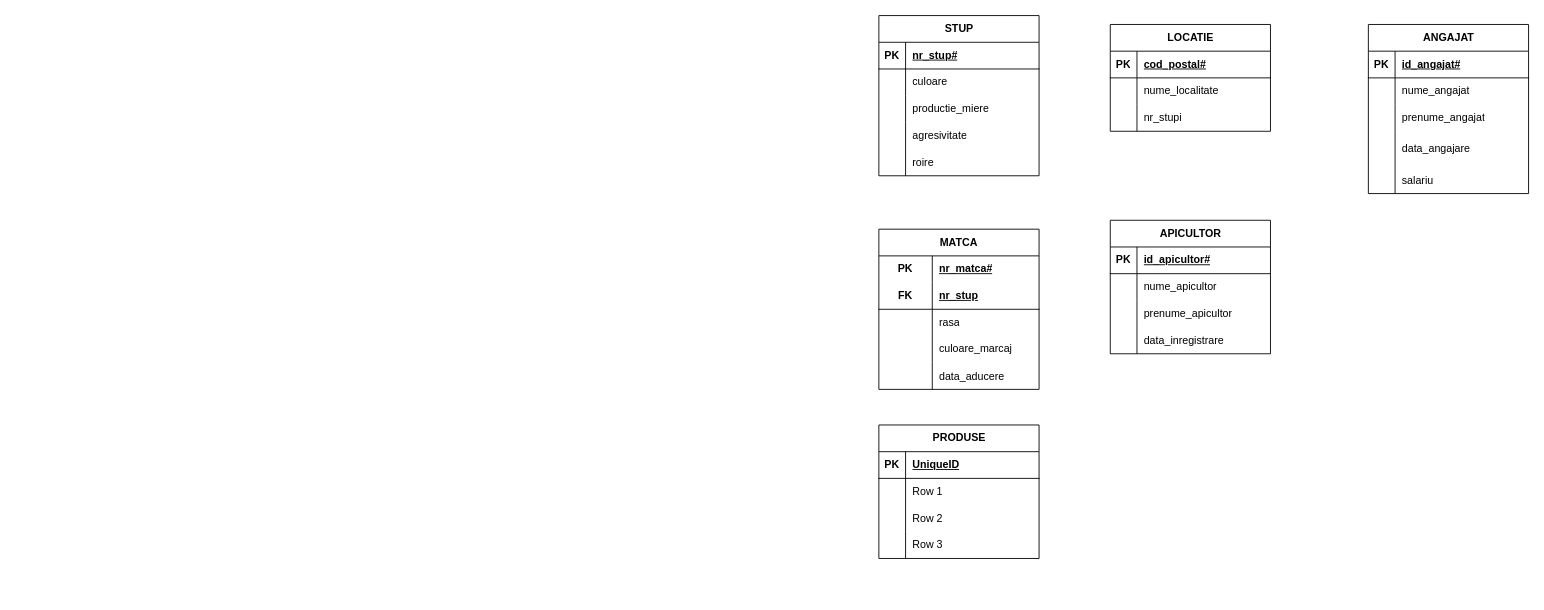
Above: Diagramă fără titlu.drawio in Matoka26/DataBase-Stupina (draw.io), before the change. Source tidied: cells renumbered, new cells numbered last; positions are measured from the earlier drawing's top-left corner, leaving out a move shared by most shapes. Both pictures are drawn from the tidied source at 89%, with x=0, y=0 at pixel (878, 15).
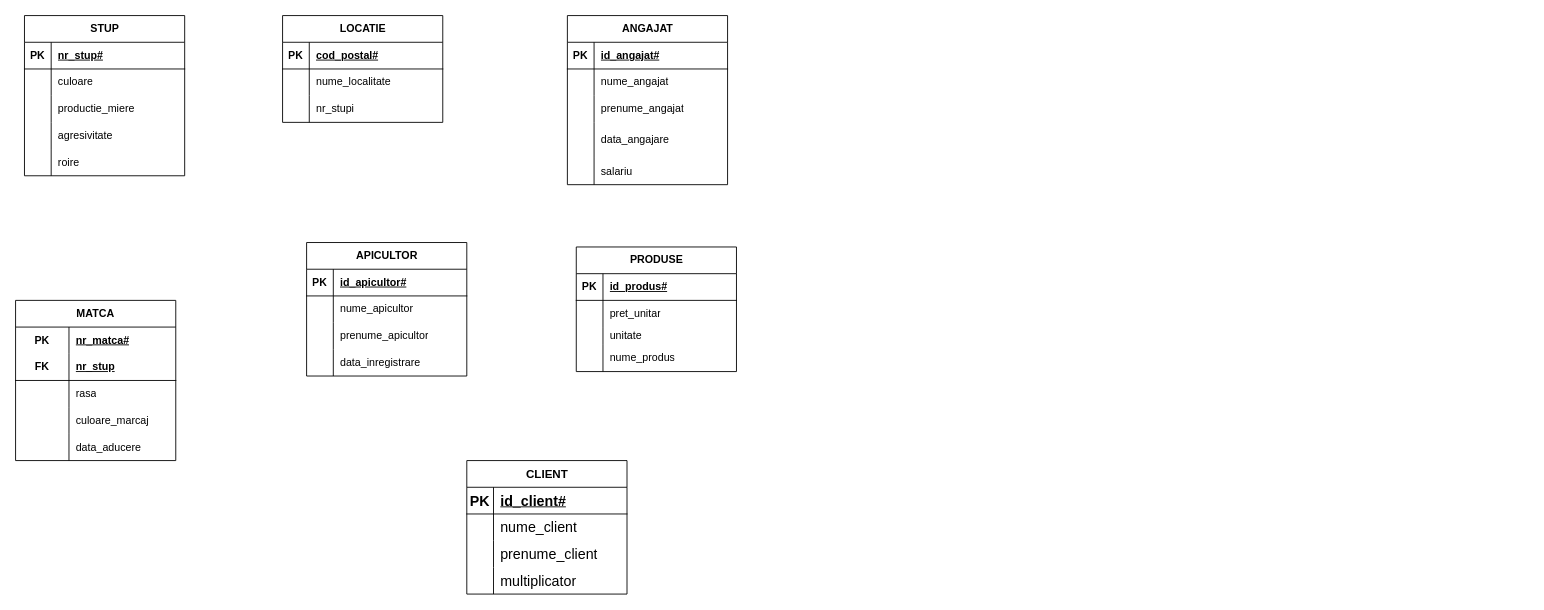
Above is the later version.

Unchanged cells that the change refers to:
```xml
<mxCell id="74" style="shape=tableRow;horizontal=0;startSize=0;swimlaneHead=0;swimlaneBody=0;fillColor=none;top=0;left=0;right=0;bottom=1;" parent="73" vertex="1">
  <mxGeometry y="30" width="180" height="30" as="geometry" />
</mxCell>
<mxCell id="77" style="shape=tableRow;horizontal=0;startSize=0;swimlaneHead=0;swimlaneBody=0;fillColor=none;top=0;left=0;right=0;bottom=0;" parent="73" vertex="1">
  <mxGeometry y="60" width="180" height="30" as="geometry" />
</mxCell>
```

Diff of the diagram source:
```diff
@@
     <mxCell id="2" value="APICULTOR" style="shape=table;startSize=30;childLayout=tableLayout;rowLines=0;fontStyle=1;align=center;html=1;" parent="1" vertex="1">
-      <mxGeometry x="260" y="230" width="180" height="150" as="geometry" />
+      <mxGeometry x="-643" y="255" width="180" height="150" as="geometry" />
     </mxCell>
@@
     <mxCell id="15" value="LOCATIE" style="shape=table;startSize=30;childLayout=tableLayout;rowLines=0;fontStyle=1;align=center;html=1;" parent="1" vertex="1">
-      <mxGeometry x="260" y="10" width="180" height="120" as="geometry" />
+      <mxGeometry x="-670" width="180" height="120" as="geometry" />
     </mxCell>
@@
     <mxCell id="25" value="ANGAJAT" style="shape=table;startSize=30;childLayout=tableLayout;rowLines=0;fontStyle=1;align=center;html=1;" parent="1" vertex="1">
-      <mxGeometry x="550" y="10" width="180" height="190" as="geometry" />
+      <mxGeometry x="-350" width="180" height="190" as="geometry" />
     </mxCell>
@@
     <mxCell id="41" value="STUP" style="shape=table;startSize=30;childLayout=tableLayout;rowLines=0;fontStyle=1;align=center;html=1;" parent="1" vertex="1">
-      <mxGeometry width="180" height="180" as="geometry" />
+      <mxGeometry x="-960" width="180" height="180" as="geometry" />
     </mxCell>
@@
     <mxCell id="57" value="MATCA" style="shape=table;startSize=30;childLayout=tableLayout;rowLines=0;fontStyle=1;align=center;html=1;whiteSpace=wrap;" parent="1" vertex="1">
-      <mxGeometry y="240" width="180" height="180" as="geometry" />
+      <mxGeometry x="-970" y="320" width="180" height="180" as="geometry" />
     </mxCell>
@@
     <mxCell id="73" value="PRODUSE" style="shape=table;startSize=30;childLayout=tableLayout;rowLines=0;fontStyle=1;align=center;html=1;" parent="1" vertex="1">
-      <mxGeometry y="460" width="180" height="150" as="geometry" />
+      <mxGeometry x="-340" y="260" width="180" height="140" as="geometry" />
     </mxCell>
@@
-    <mxCell id="76" value="UniqueID" style="shape=partialRectangle;fillColor=none;top=0;left=0;bottom=0;right=0;align=left;spacingLeft=6;fontStyle=5;overflow=hidden;whiteSpace=wrap;html=1;" parent="74" vertex="1">
+    <mxCell id="76" value="id_produs#" style="shape=partialRectangle;fillColor=none;top=0;left=0;bottom=0;right=0;align=left;spacingLeft=6;fontStyle=5;overflow=hidden;whiteSpace=wrap;html=1;" parent="74" vertex="1">
       <mxGeometry x="30" width="150" height="30" as="geometry" />
     </mxCell>
@@
-    <mxCell id="79" value="Row 1" style="shape=partialRectangle;fillColor=none;top=0;left=0;bottom=0;right=0;align=left;spacingLeft=6;overflow=hidden;whiteSpace=wrap;html=1;" parent="77" vertex="1">
+    <mxCell id="79" value="pret_unitar" style="shape=partialRectangle;fillColor=none;top=0;left=0;bottom=0;right=0;align=left;spacingLeft=6;overflow=hidden;whiteSpace=wrap;html=1;" parent="77" vertex="1">
       <mxGeometry x="30" width="150" height="30" as="geometry" />
     </mxCell>
     <mxCell id="80" style="shape=tableRow;horizontal=0;startSize=0;swimlaneHead=0;swimlaneBody=0;fillColor=none;top=0;left=0;right=0;bottom=0;" parent="73" vertex="1">
-      <mxGeometry y="90" width="180" height="30" as="geometry" />
+      <mxGeometry y="90" width="180" height="20" as="geometry" />
     </mxCell>
     <mxCell id="81" style="shape=partialRectangle;fillColor=none;top=0;left=0;bottom=0;right=0;overflow=hidden;whiteSpace=wrap;html=1;" parent="80" vertex="1">
-      <mxGeometry width="30" height="30" as="geometry" />
+      <mxGeometry width="30" height="20" as="geometry" />
     </mxCell>
-    <mxCell id="82" value="Row 2" style="shape=partialRectangle;fillColor=none;top=0;left=0;bottom=0;right=0;align=left;spacingLeft=6;overflow=hidden;whiteSpace=wrap;html=1;" parent="80" vertex="1">
-      <mxGeometry x="30" width="150" height="30" as="geometry" />
+    <mxCell id="82" value="unitate" style="shape=partialRectangle;fillColor=none;top=0;left=0;bottom=0;right=0;align=left;spacingLeft=6;overflow=hidden;whiteSpace=wrap;html=1;" parent="80" vertex="1">
+      <mxGeometry x="30" width="150" height="20" as="geometry" />
     </mxCell>
     <mxCell id="83" style="shape=tableRow;horizontal=0;startSize=0;swimlaneHead=0;swimlaneBody=0;fillColor=none;top=0;left=0;right=0;bottom=0;" parent="73" vertex="1">
-      <mxGeometry y="120" width="180" height="30" as="geometry" />
+      <mxGeometry y="110" width="180" height="30" as="geometry" />
     </mxCell>
@@
-    <mxCell id="85" value="Row 3" style="shape=partialRectangle;fillColor=none;top=0;left=0;bottom=0;right=0;align=left;spacingLeft=6;overflow=hidden;whiteSpace=wrap;html=1;" parent="83" vertex="1">
+    <mxCell id="85" value="nume_produs" style="shape=partialRectangle;fillColor=none;top=0;left=0;bottom=0;right=0;align=left;spacingLeft=6;overflow=hidden;whiteSpace=wrap;html=1;" parent="83" vertex="1">
       <mxGeometry x="30" width="150" height="30" as="geometry" />
     </mxCell>
+    <mxCell id="86" value="CLIENT" style="shape=table;startSize=30;childLayout=tableLayout;rowLines=0;fontStyle=1;align=center;html=1;fontSize=13;" parent="1" vertex="1">
+      <mxGeometry x="-463" y="500" width="180" height="150" as="geometry" />
+    </mxCell>
+    <mxCell id="87" style="shape=tableRow;horizontal=0;startSize=0;swimlaneHead=0;swimlaneBody=0;fillColor=none;top=0;left=0;right=0;bottom=1;fontSize=16;" parent="86" vertex="1">
+      <mxGeometry y="30" width="180" height="30" as="geometry" />
+    </mxCell>
+    <mxCell id="88" value="PK" style="shape=partialRectangle;fillColor=none;top=0;left=0;bottom=0;right=0;fontStyle=1;overflow=hidden;whiteSpace=wrap;html=1;fontSize=16;" parent="87" vertex="1">
+      <mxGeometry width="30" height="30" as="geometry" />
+    </mxCell>
+    <mxCell id="89" value="id_client#" style="shape=partialRectangle;fillColor=none;top=0;left=0;bottom=0;right=0;align=left;spacingLeft=6;fontStyle=5;overflow=hidden;whiteSpace=wrap;html=1;fontSize=16;" parent="87" vertex="1">
+      <mxGeometry x="30" width="150" height="30" as="geometry" />
+    </mxCell>
+    <mxCell id="90" style="shape=tableRow;horizontal=0;startSize=0;swimlaneHead=0;swimlaneBody=0;fillColor=none;top=0;left=0;right=0;bottom=0;fontSize=16;" parent="86" vertex="1">
+      <mxGeometry y="60" width="180" height="30" as="geometry" />
+    </mxCell>
+    <mxCell id="91" style="shape=partialRectangle;fillColor=none;top=0;left=0;bottom=0;right=0;overflow=hidden;whiteSpace=wrap;html=1;fontSize=16;" parent="90" vertex="1">
+      <mxGeometry width="30" height="30" as="geometry" />
+    </mxCell>
+    <mxCell id="92" value="nume_client" style="shape=partialRectangle;fillColor=none;top=0;left=0;bottom=0;right=0;align=left;spacingLeft=6;overflow=hidden;whiteSpace=wrap;html=1;fontSize=16;" parent="90" vertex="1">
+      <mxGeometry x="30" width="150" height="30" as="geometry" />
+    </mxCell>
+    <mxCell id="93" style="shape=tableRow;horizontal=0;startSize=0;swimlaneHead=0;swimlaneBody=0;fillColor=none;top=0;left=0;right=0;bottom=0;fontSize=16;" parent="86" vertex="1">
+      <mxGeometry y="90" width="180" height="30" as="geometry" />
+    </mxCell>
+    <mxCell id="94" style="shape=partialRectangle;fillColor=none;top=0;left=0;bottom=0;right=0;overflow=hidden;whiteSpace=wrap;html=1;fontSize=16;" parent="93" vertex="1">
+      <mxGeometry width="30" height="30" as="geometry" />
+    </mxCell>
+    <mxCell id="95" value="prenume_client" style="shape=partialRectangle;fillColor=none;top=0;left=0;bottom=0;right=0;align=left;spacingLeft=6;overflow=hidden;whiteSpace=wrap;html=1;fontSize=16;" parent="93" vertex="1">
+      <mxGeometry x="30" width="150" height="30" as="geometry" />
+    </mxCell>
+    <mxCell id="96" style="shape=tableRow;horizontal=0;startSize=0;swimlaneHead=0;swimlaneBody=0;fillColor=none;top=0;left=0;right=0;bottom=0;fontSize=16;" parent="86" vertex="1">
+      <mxGeometry y="120" width="180" height="30" as="geometry" />
+    </mxCell>
+    <mxCell id="97" style="shape=partialRectangle;fillColor=none;top=0;left=0;bottom=0;right=0;overflow=hidden;whiteSpace=wrap;html=1;fontSize=16;" parent="96" vertex="1">
+      <mxGeometry width="30" height="30" as="geometry" />
+    </mxCell>
+    <mxCell id="98" value="multiplicator" style="shape=partialRectangle;fillColor=none;top=0;left=0;bottom=0;right=0;align=left;spacingLeft=6;overflow=hidden;whiteSpace=wrap;html=1;fontSize=16;" parent="96" vertex="1">
+      <mxGeometry x="30" width="150" height="30" as="geometry" />
+    </mxCell>
+    <mxCell id="99" style="edgeStyle=none;curved=1;rounded=0;orthogonalLoop=1;jettySize=auto;html=1;exitX=0.75;exitY=0;exitDx=0;exitDy=0;fontSize=12;startSize=8;endSize=8;" parent="1" edge="1" source="86" target="86">
+      <mxGeometry relative="1" as="geometry" />
+    </mxCell>
```
